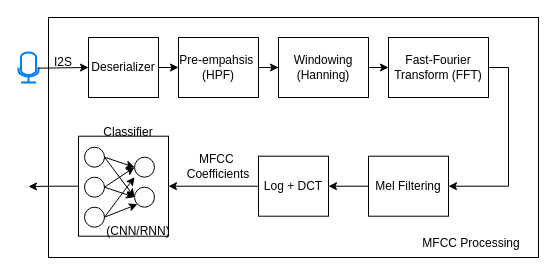
Before: figs/KWS-architecture-v2.drawio in mixignal/Agentic-RTL2GDS-VLSID25, a draw.io diagram. Source tidied: cells renumbered, new cells numbered last; positions are measured from the earlier drawing's top-left corner, leaving out a move shared by most shapes. Both pictures are drawn from the tidied source at 100%, with x=0, y=0 at pixel (18, 17).
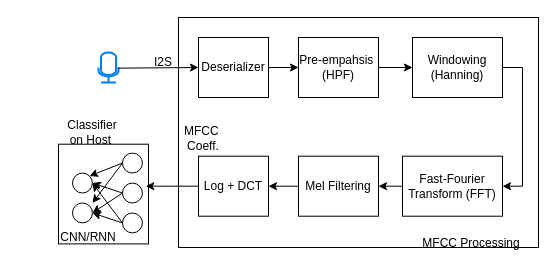
After the change.

Diff of the diagram source:
```diff
@@
-    <mxCell id="2" style="rounded=0;whiteSpace=wrap;html=1;" parent="1" vertex="1">
-      <mxGeometry x="30" width="490" height="240" as="geometry" />
-    </mxCell>
+    <mxCell id="36" style="rounded=0;whiteSpace=wrap;html=1;" parent="1" vertex="1">
+      <mxGeometry x="160" width="360" height="230" as="geometry" />
+    </mxCell>
-    <mxCell id="3" style="edgeStyle=orthogonalEdgeStyle;rounded=0;jettySize=auto;html=1;exitX=1;exitY=0.5;exitDx=0;exitDy=0;entryX=0;entryY=0.5;entryDx=0;entryDy=0;" parent="1" edge="1" source="4" target="7">
+    <mxCell id="3" style="edgeStyle=orthogonalEdgeStyle;rounded=0;jettySize=auto;html=1;exitX=1;exitY=0.5;exitDx=0;exitDy=0;entryX=1;entryY=0.5;entryDx=0;entryDy=0;" parent="1" edge="1" source="4" target="7">
       <mxGeometry relative="1" as="geometry" />
     </mxCell>
     <mxCell id="4" value="&lt;span style=&quot;background-color: initial;&quot;&gt;Windowing&lt;/span&gt;&lt;div&gt;&lt;span style=&quot;background-color: initial;&quot;&gt;(Hanning)&lt;/span&gt;&lt;/div&gt;" style="rounded=0;whiteSpace=wrap;html=1;" parent="1" vertex="1">
-      <mxGeometry x="260" y="20" width="90" height="60" as="geometry" />
+      <mxGeometry x="394" y="20" width="90" height="60" as="geometry" />
     </mxCell>
     <mxCell id="5" style="html=1;verticalLabelPosition=bottom;align=center;labelBackgroundColor=#ffffff;verticalAlign=top;strokeWidth=2;strokeColor=#0080F0;shadow=0;dashed=0;shape=mxgraph.ios7.icons.microphone;" parent="1" vertex="1">
-      <mxGeometry y="35" width="20" height="30" as="geometry" />
+      <mxGeometry x="80" y="35" width="20" height="30" as="geometry" />
     </mxCell>
-    <mxCell id="6" style="edgeStyle=orthogonalEdgeStyle;rounded=0;jettySize=auto;html=1;exitX=1;exitY=0.5;exitDx=0;exitDy=0;entryX=1;entryY=0.5;entryDx=0;entryDy=0;" parent="1" edge="1" source="7" target="9">
+    <mxCell id="6" style="edgeStyle=orthogonalEdgeStyle;rounded=0;jettySize=auto;html=1;exitX=0;exitY=0.5;exitDx=0;exitDy=0;entryX=1;entryY=0.5;entryDx=0;entryDy=0;" parent="1" edge="1" source="7" target="9">
       <mxGeometry relative="1" as="geometry" />
     </mxCell>
     <mxCell id="7" value="Fast-Fourier Transform (FFT)" style="rounded=0;whiteSpace=wrap;html=1;" parent="1" vertex="1">
-      <mxGeometry x="370" y="20" width="100" height="60" as="geometry" />
+      <mxGeometry x="384" y="138.7" width="100" height="60" as="geometry" />
     </mxCell>
@@
     <mxCell id="9" value="Mel Filtering" style="rounded=0;whiteSpace=wrap;html=1;" parent="1" vertex="1">
-      <mxGeometry x="350" y="138.7" width="80" height="60" as="geometry" />
+      <mxGeometry x="280" y="138.7" width="80" height="60" as="geometry" />
     </mxCell>
-    <mxCell id="10" style="edgeStyle=orthogonalEdgeStyle;rounded=0;jettySize=auto;html=1;exitX=0;exitY=0.5;exitDx=0;exitDy=0;entryX=1;entryY=0.5;entryDx=0;entryDy=0;" parent="1" edge="1" source="11" target="14">
-      <mxGeometry relative="1" as="geometry" />
-    </mxCell>
     <mxCell id="11" value="Log + DCT" style="rounded=0;whiteSpace=wrap;html=1;" parent="1" vertex="1">
-      <mxGeometry x="240" y="138.7" width="70" height="60" as="geometry" />
+      <mxGeometry x="180" y="138.7" width="70" height="60" as="geometry" />
     </mxCell>
-    <mxCell id="12" style="group;" parent="1" vertex="1">
-      <mxGeometry x="60" y="119.7" width="90" height="100" as="geometry" />
+    <mxCell id="12" style="group;rotation=-180;" parent="1" vertex="1">
+      <mxGeometry x="40" y="116.7" width="150" height="118.7" as="geometry" />
     </mxCell>
-    <mxCell id="13" style="edgeStyle=orthogonalEdgeStyle;rounded=0;jettySize=auto;html=1;exitX=0;exitY=0.5;exitDx=0;exitDy=0;" parent="12" edge="1" source="14">
-      <mxGeometry relative="1" as="geometry">
-        <mxPoint x="-50" y="49.3" as="targetPoint" />
-      </mxGeometry>
-    </mxCell>
-    <mxCell id="14" style="rounded=0;whiteSpace=wrap;html=1;" parent="12" vertex="1">
-      <mxGeometry y="-1" width="90" height="100" as="geometry" />
+    <mxCell id="14" style="rounded=0;whiteSpace=wrap;html=1;rotation=-180;" parent="12" vertex="1">
+      <mxGeometry y="10" width="90" height="99.7" as="geometry" />
     </mxCell>
-    <mxCell id="15" style="ellipse;whiteSpace=wrap;html=1;" parent="12" vertex="1">
-      <mxGeometry x="6" y="10" width="20" height="20" as="geometry" />
+    <mxCell id="15" style="ellipse;whiteSpace=wrap;html=1;rotation=-180;" parent="12" vertex="1">
+      <mxGeometry x="64" y="78.8" width="19.9" height="19.9" as="geometry" />
     </mxCell>
-    <mxCell id="16" style="ellipse;whiteSpace=wrap;html=1;" parent="12" vertex="1">
-      <mxGeometry x="6" y="40" width="20" height="20" as="geometry" />
+    <mxCell id="16" style="ellipse;whiteSpace=wrap;html=1;rotation=-180;" parent="12" vertex="1">
+      <mxGeometry x="64" y="48.9" width="19.9" height="19.9" as="geometry" />
     </mxCell>
-    <mxCell id="17" style="ellipse;whiteSpace=wrap;html=1;" parent="12" vertex="1">
-      <mxGeometry x="6" y="70" width="20" height="20" as="geometry" />
+    <mxCell id="17" style="ellipse;whiteSpace=wrap;html=1;rotation=-180;" parent="12" vertex="1">
+      <mxGeometry x="64" y="18.9" width="19.9" height="19.9" as="geometry" />
     </mxCell>
-    <mxCell id="18" style="ellipse;whiteSpace=wrap;html=1;" parent="12" vertex="1">
-      <mxGeometry x="56" y="20" width="20" height="20" as="geometry" />
+    <mxCell id="18" style="ellipse;whiteSpace=wrap;html=1;rotation=-180;" parent="12" vertex="1">
+      <mxGeometry x="14" y="68.8" width="19.9" height="19.9" as="geometry" />
     </mxCell>
-    <mxCell id="19" style="ellipse;whiteSpace=wrap;html=1;" parent="12" vertex="1">
-      <mxGeometry x="56" y="50" width="20" height="20" as="geometry" />
+    <mxCell id="19" style="ellipse;whiteSpace=wrap;html=1;rotation=-180;" parent="12" vertex="1">
+      <mxGeometry x="14" y="38.9" width="19.9" height="19.9" as="geometry" />
     </mxCell>
@@
     <mxCell id="24" style="endArrow=classic;html=1;rounded=0;exitX=1;exitY=0.5;exitDx=0;exitDy=0;" parent="12" edge="1" source="17">
       <mxGeometry relative="1" as="geometry">
-        <mxPoint x="56" y="40" as="targetPoint" />
+        <mxPoint x="34" y="68.8" as="targetPoint" />
       </mxGeometry>
     </mxCell>
@@
+    <mxCell id="35" value="MFCC&amp;nbsp;&lt;div&gt;Coeff.&lt;/div&gt;" style="text;strokeColor=none;align=center;fillColor=none;html=1;verticalAlign=middle;whiteSpace=wrap;rounded=0;" parent="12" vertex="1">
+      <mxGeometry x="110" y="-11" width="70" height="30" as="geometry" />
+    </mxCell>
+    <mxCell id="37" value="CNN/RNN" style="text;strokeColor=none;align=center;fillColor=none;html=1;verticalAlign=middle;whiteSpace=wrap;rounded=0;" parent="12" vertex="1">
+      <mxGeometry y="88.8" width="60" height="29.9" as="geometry" />
+    </mxCell>
@@
-    <mxCell id="27" value="Classifier" style="text;strokeColor=none;align=center;fillColor=none;html=1;verticalAlign=middle;whiteSpace=wrap;rounded=0;" parent="1" vertex="1">
-      <mxGeometry x="80" y="100" width="60" height="30" as="geometry" />
-    </mxCell>
@@
     <mxCell id="30" value="Pre-empahsis&amp;nbsp;&lt;br&gt;&lt;div&gt;(HPF)&lt;/div&gt;" style="rounded=0;whiteSpace=wrap;html=1;" parent="1" vertex="1">
-      <mxGeometry x="160" y="20" width="80" height="60" as="geometry" />
+      <mxGeometry x="280" y="20" width="80" height="60" as="geometry" />
     </mxCell>
@@
     <mxCell id="32" value="Deserializer" style="rounded=0;whiteSpace=wrap;html=1;" parent="1" vertex="1">
-      <mxGeometry x="70" y="20" width="70" height="60" as="geometry" />
+      <mxGeometry x="180" y="20" width="70" height="60" as="geometry" />
     </mxCell>
     <mxCell id="33" value="I2S" style="text;strokeColor=none;align=center;fillColor=none;html=1;verticalAlign=middle;whiteSpace=wrap;rounded=0;" parent="1" vertex="1">
-      <mxGeometry x="20" y="30" width="50" height="30" as="geometry" />
+      <mxGeometry x="120" y="30" width="50" height="30" as="geometry" />
     </mxCell>
-    <mxCell id="34" value="(CNN/RNN)" style="text;strokeColor=none;align=center;fillColor=none;html=1;verticalAlign=middle;whiteSpace=wrap;rounded=0;" parent="1" vertex="1">
-      <mxGeometry x="80" y="198.7" width="80" height="30" as="geometry" />
-    </mxCell>
-    <mxCell id="35" value="MFCC&amp;nbsp;&lt;div&gt;Coefficients&lt;/div&gt;" style="text;strokeColor=none;align=center;fillColor=none;html=1;verticalAlign=middle;whiteSpace=wrap;rounded=0;" parent="1" vertex="1">
-      <mxGeometry x="130" y="138.7" width="140" height="21.3" as="geometry" />
-    </mxCell>
+    <mxCell id="27" value="Classifier on Host&amp;nbsp;" style="text;strokeColor=none;align=center;fillColor=none;html=1;verticalAlign=middle;whiteSpace=wrap;rounded=0;" parent="1" vertex="1">
+      <mxGeometry x="44" y="99.8" width="60" height="29.9" as="geometry" />
+    </mxCell>
+    <mxCell id="10" style="edgeStyle=orthogonalEdgeStyle;rounded=0;jettySize=auto;html=1;exitX=0;exitY=0.5;exitDx=0;exitDy=0;entryX=0.03;entryY=0.579;entryDx=0;entryDy=0;entryPerimeter=0;" parent="1" edge="1" source="11" target="14">
+      <mxGeometry relative="1" as="geometry" />
+    </mxCell>
```
